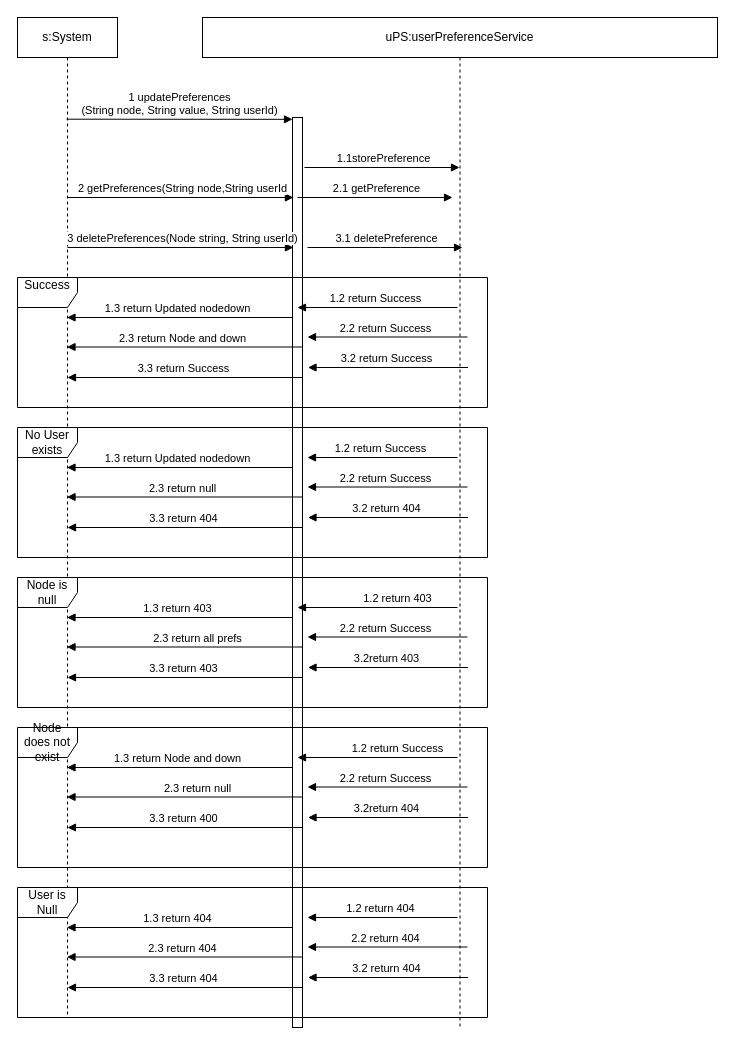
This is page "Sequence" (5 of 7) of Drawings/Microservices/UserPreferences/User Preference.drawio from RMSLowside/rmslow, a draw.io file, before an edit. Source tidied: cells renumbered, new cells numbered last; positions are measured from the earlier drawing's top-left corner, leaving out a move shared by most shapes. Both pictures are drawn from the tidied source at 100%, with x=0, y=0 at pixel (17, 17).
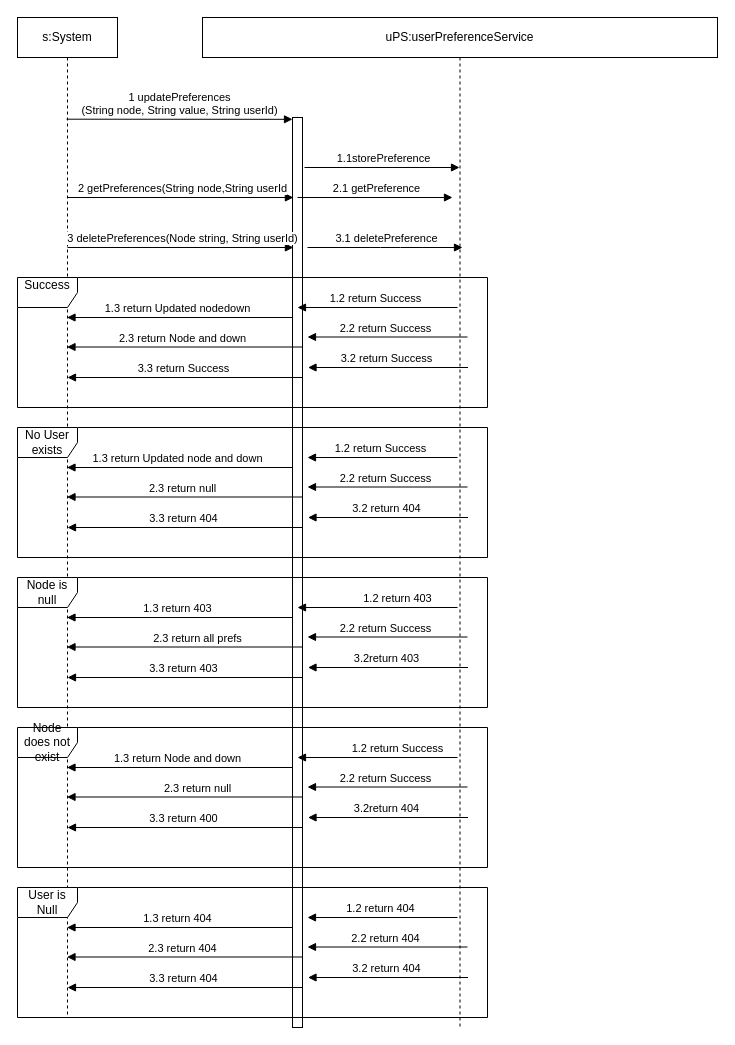
Above is the later version.

The edit, as a diff of the source:
```diff
@@
-    <mxCell id="20" value="1.3 return Updated nodedown " style="html=1;verticalAlign=bottom;endArrow=block;" parent="1" edge="1">
+    <mxCell id="20" value="1.3 return Updated node and down " style="html=1;verticalAlign=bottom;endArrow=block;" parent="1" edge="1">
       <mxGeometry x="0.02" relative="1" as="geometry">
         <mxPoint x="275" y="450" as="sourcePoint" />
         <mxPoint x="49.5" y="450" as="targetPoint" />
       </mxGeometry>
     </mxCell>
```
